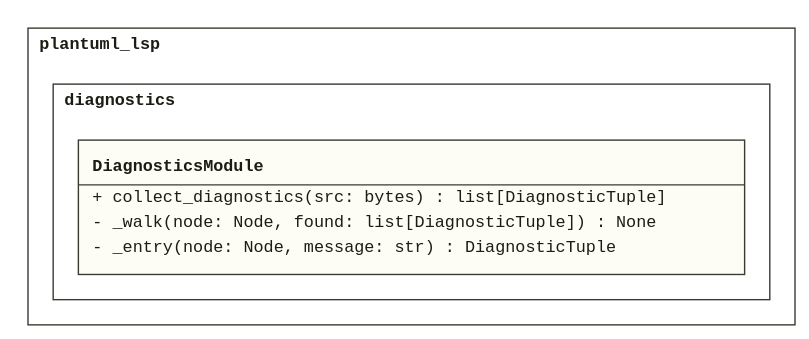
Before: doc/assets/CL_Diagnostics.svg, a diagram exported from PlantUML (derivasoftware/plantuml-lsp). Its source is kept beside it as design/lld/plantuml_lsp/CL_Diagnostics.puml. Source of this version:
```plantuml
@startuml CL_Diagnostics

!startsub DiagnosticsModule

namespace plantuml_lsp.diagnostics {
  class "<<module>>" as DiagnosticsModule {
    + collect_diagnostics(src: bytes) : list[DiagnosticTuple]
    - _walk(node: Node, found: list[DiagnosticTuple]) : None
    - _entry(node: Node, message: str) : DiagnosticTuple
  }
  DiagnosticsModule ..> plantuml_lsp.parsing.ParsingModule
}

!endsub

@enduml
```
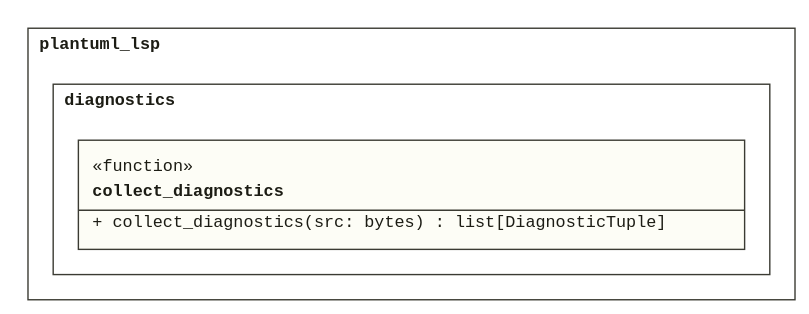
The same file after the commit.

The edit, as a diff of the source:
```diff
@@ -3,12 +3,9 @@
 !startsub DiagnosticsModule
 
 namespace plantuml_lsp.diagnostics {
-  class "<<module>>" as DiagnosticsModule {
+  class collect_diagnostics <<function>> {
     + collect_diagnostics(src: bytes) : list[DiagnosticTuple]
-    - _walk(node: Node, found: list[DiagnosticTuple]) : None
-    - _entry(node: Node, message: str) : DiagnosticTuple
   }
-  DiagnosticsModule ..> plantuml_lsp.parsing.ParsingModule
 }
 
 !endsub
```
